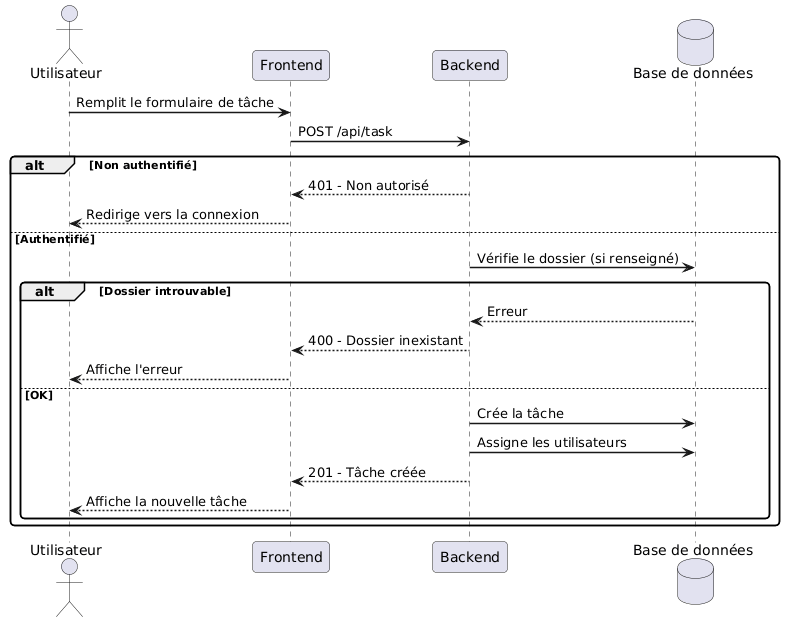
This is docs/DiagrammeUML/Diagramme_sequence_cretaion_tâche.png from Amande-bld/Green_it, a PlantUML export, as it was before one commit.
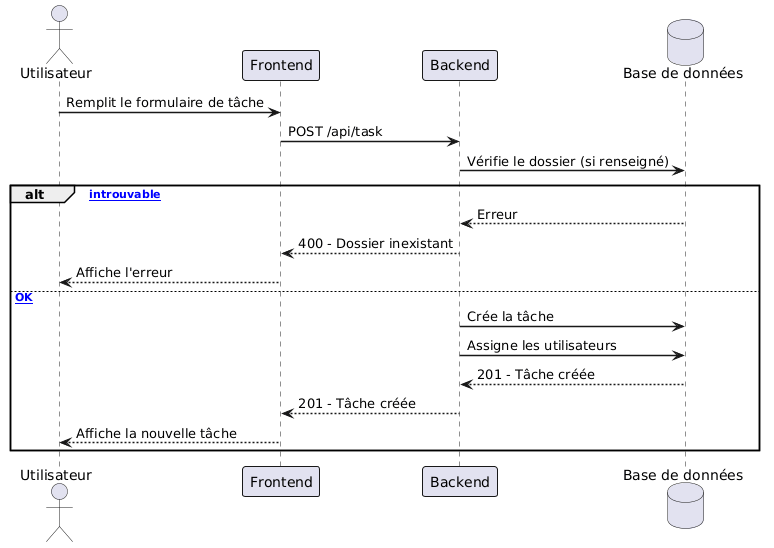
The same diagram one commit later.

Commit message:
Correction diagramme

The edit, as a diff of the source:
```diff
@@ -1,29 +1,27 @@
 @startuml
 skinparam sequenceArrowThickness 1.5
-skinparam roundcorner 8
+skinparam sequenceParticipantBorderThickness 1
+skinparam sequenceLifeLineBorderThickness 1
 
 actor Utilisateur
-participant "Frontend" as F
-participant "Backend" as B
-database "Base de données" as DB
+participant Frontend
+participant Backend
+database "Base de données"
 
-Utilisateur -> F : Remplit le formulaire de tâche
-F -> B : POST /api/task
+Utilisateur -> Frontend : Remplit le formulaire de tâche
+Frontend -> Backend : POST /api/task
 
-alt Non authentifié
-    B --> F : 401 - Non autorisé
-    F --> Utilisateur : Redirige vers la connexion
-else Authentifié
-    B -> DB : Vérifie le dossier (si renseigné)
-    alt Dossier introuvable
-        DB --> B : Erreur
-        B --> F : 400 - Dossier inexistant
-        F --> Utilisateur : Affiche l'erreur
-    else OK
-        B -> DB : Crée la tâche
-        B -> DB : Assigne les utilisateurs
-        B --> F : 201 - Tâche créée
-        F --> Utilisateur : Affiche la nouvelle tâche
-    end
+Backend -> "Base de données" : Vérifie le dossier (si renseigné)
+
+alt [Dossier introuvable]
+    "Base de données" --> Backend : Erreur
+    Backend --> Frontend : 400 - Dossier inexistant
+    Frontend --> Utilisateur : Affiche l'erreur
+else [OK]
+    Backend -> "Base de données" : Crée la tâche
+    Backend -> "Base de données" : Assigne les utilisateurs
+    "Base de données" --> Backend : 201 - Tâche créée
+    Backend --> Frontend : 201 - Tâche créée
+    Frontend --> Utilisateur : Affiche la nouvelle tâche
 end
 @enduml
```
